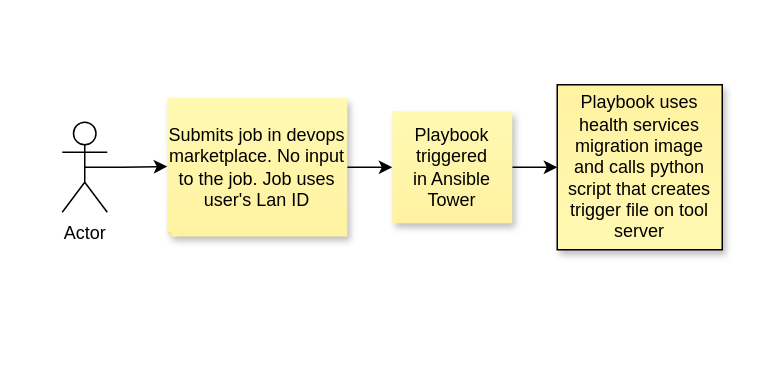
The draw.io diagram diagram.drawio in kpac062/hello-github-actions, before the edit. Source tidied: cells renumbered, new cells numbered last; positions are measured from the earlier drawing's top-left corner, leaving out a move shared by most shapes. Both pictures are drawn from the tidied source at 150%, with x=0, y=0 at pixel (62, 84).
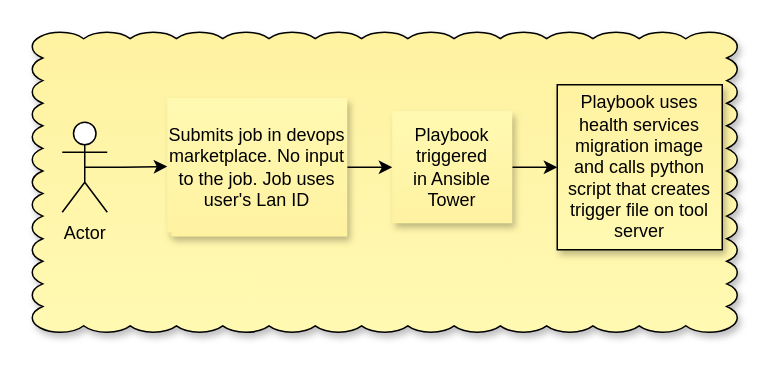
The same diagram, later.

The edit, as a diff of the source:
```diff
@@
 <mxGraphModel>
   <root>
     <mxCell id="0" />
     <mxCell id="1" parent="0" />
+    <mxCell id="9" style="whiteSpace=wrap;html=1;shape=mxgraph.basic.cloud_rect;shadow=1;fillStyle=solid;fontFamily=Helvetica;fontSize=12;fontColor=#000000;fillColor=#FFF9B2;gradientColor=#FFF2A1;gradientDirection=north;" parent="1" vertex="1">
+      <mxGeometry x="-20" y="-35" width="470" height="200" as="geometry" />
+    </mxCell>
     <mxCell id="2" style="edgeStyle=orthogonalEdgeStyle;rounded=0;jettySize=auto;html=1;exitX=0.5;exitY=0.5;exitDx=0;exitDy=0;exitPerimeter=0;entryX=0;entryY=0.492;entryDx=0;entryDy=0;entryPerimeter=0;" parent="1" edge="1" source="3">
       <mxGeometry relative="1" as="geometry">
         <mxPoint x="70" y="54.5" as="targetPoint" />
         <Array as="points">
           <mxPoint x="40" y="55" />
           <mxPoint x="40" y="55" />
         </Array>
       </mxGeometry>
     </mxCell>
     <mxCell id="3" value="Actor" style="shape=umlActor;verticalLabelPosition=bottom;verticalAlign=top;html=1;outlineConnect=0;" parent="1" vertex="1">
       <mxGeometry y="25" width="30" height="60" as="geometry" />
     </mxCell>
     <mxCell id="4" style="edgeStyle=orthogonalEdgeStyle;rounded=0;jettySize=auto;html=1;exitX=0;exitY=0.5;exitDx=0;exitDy=0;exitPerimeter=0;entryX=0;entryY=0;entryDx=80;entryDy=37.375;entryPerimeter=0;fontFamily=Helvetica;fontSize=12;fontColor=#000000;" parent="1" edge="1" source="5" target="7">
       <mxGeometry relative="1" as="geometry" />
     </mxCell>
     <mxCell id="5" value="Submits job in devops marketplace. No input to the job. Job uses user's Lan ID" style="shape=note;whiteSpace=wrap;html=1;backgroundOutline=1;fontColor=#000000;darkOpacity=0.05;fillColor=#FFF9B2;strokeColor=none;fillStyle=solid;direction=west;gradientDirection=north;gradientColor=#FFF2A1;shadow=1;size=3;" parent="1" vertex="1">
       <mxGeometry x="70" y="8.8" width="120" height="92.4" as="geometry" />
     </mxCell>
     <mxCell id="6" style="edgeStyle=orthogonalEdgeStyle;rounded=0;jettySize=auto;html=1;exitX=0;exitY=0.5;exitDx=0;exitDy=0;exitPerimeter=0;entryX=0;entryY=0.5;entryDx=0;entryDy=0;fontFamily=Helvetica;fontSize=12;fontColor=#000000;" parent="1" edge="1" source="7" target="8">
       <mxGeometry relative="1" as="geometry" />
     </mxCell>
     <mxCell id="7" value="Playbook triggered&lt;br&gt;in Ansible Tower" style="shape=note;whiteSpace=wrap;html=1;backgroundOutline=1;fontColor=#000000;darkOpacity=0.05;fillColor=#FFF9B2;strokeColor=none;fillStyle=solid;direction=west;gradientDirection=north;gradientColor=#FFF2A1;shadow=1;size=0;fontFamily=Helvetica;fontSize=12;" parent="1" vertex="1">
       <mxGeometry x="220" y="17.6" width="80" height="74.8" as="geometry" />
     </mxCell>
     <mxCell id="8" value="Playbook uses health services migration image and calls python script that creates trigger file on tool server" style="whiteSpace=wrap;html=1;shadow=1;fillStyle=solid;fontFamily=Helvetica;fontSize=12;fontColor=#000000;fillColor=#FFF9B2;gradientColor=#FFF2A1;gradientDirection=north;" parent="1" vertex="1">
       <mxGeometry x="330" width="110" height="110" as="geometry" />
     </mxCell>
   </root>
 </mxGraphModel>
```
